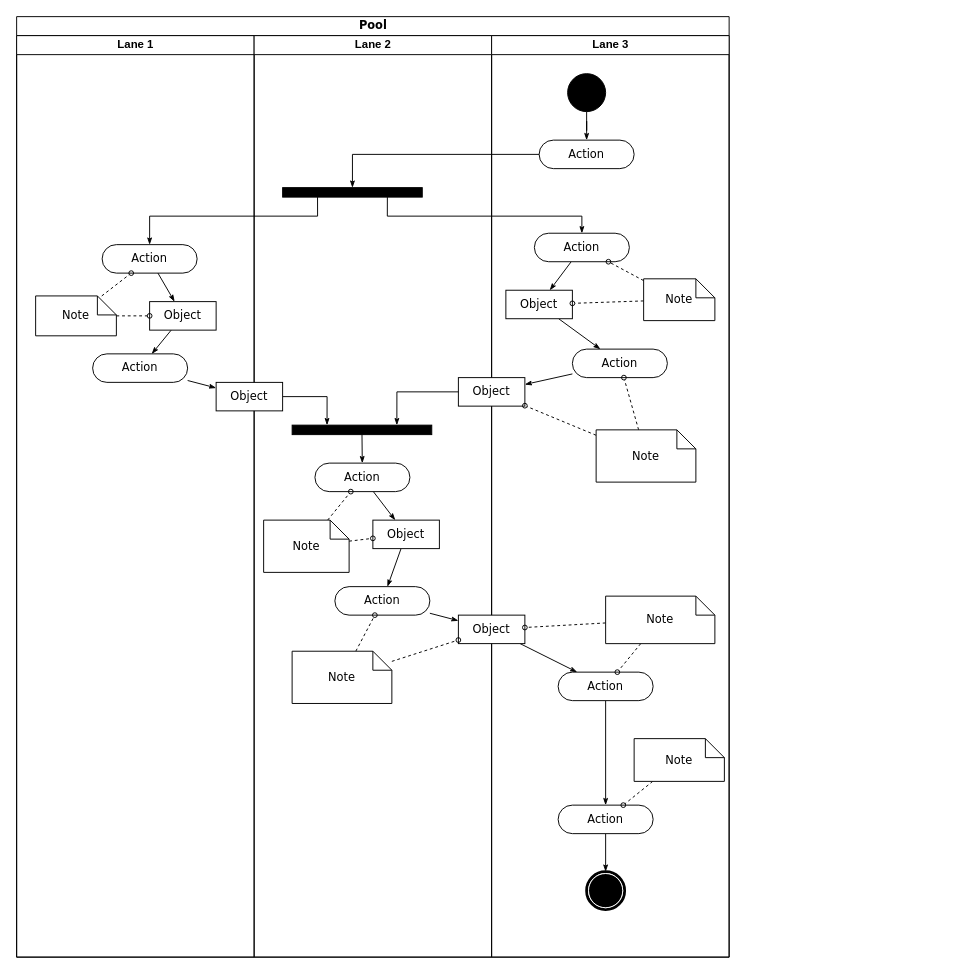
Above: page "Page-1" (1 of 3) of 任务执行活动图.drawio in baimu7/homework (draw.io), before the change. Source tidied: cells renumbered, new cells numbered last; positions are measured from the earlier drawing's top-left corner, leaving out a move shared by most shapes. Both pictures are drawn from the tidied source at 95%, with x=0, y=0 at pixel (16, 16).
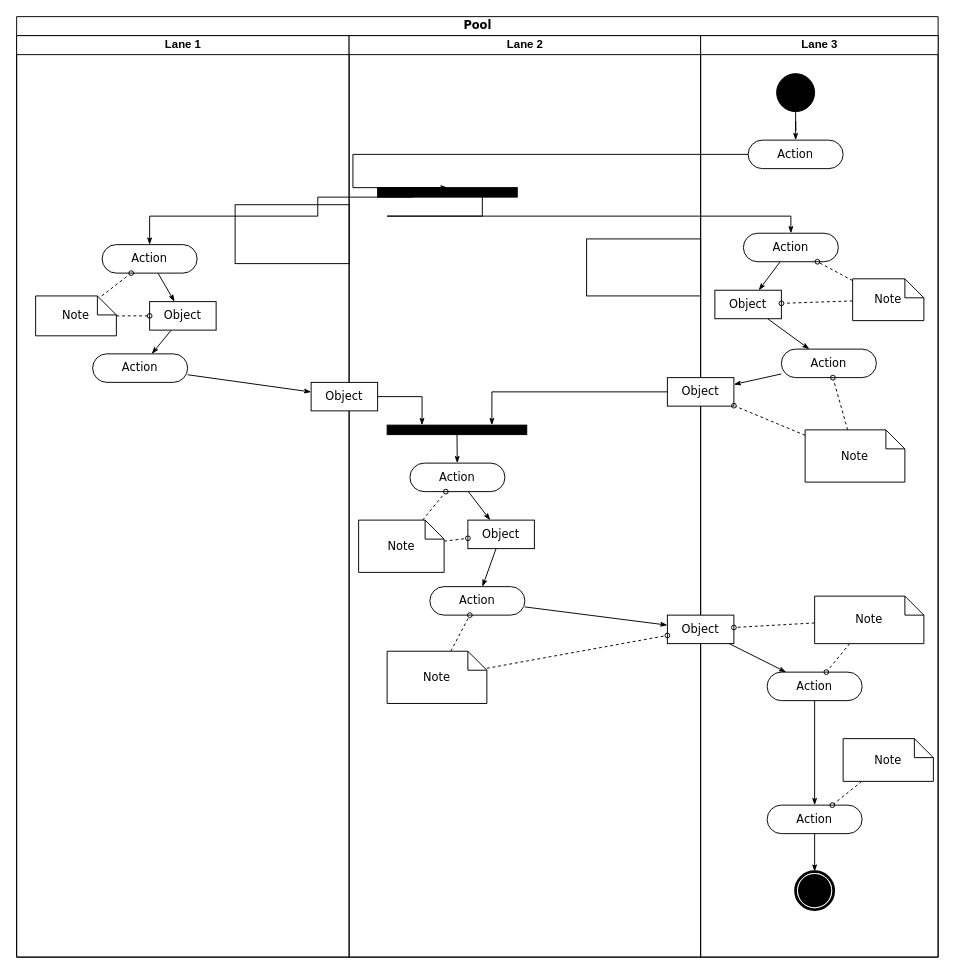
The same page after the edit.

Commit message:
更新任务执行活动图.drawio

Change to the diagram source:
```diff
@@
     <mxCell id="2" value="Pool" style="swimlane;html=1;startSize=20;rounded=0;shadow=0;comic=0;labelBackgroundColor=none;strokeWidth=1;fontFamily=Verdana;fontSize=12;align=center;" parent="1" vertex="1">
-      <mxGeometry width="750" height="990" as="geometry" />
+      <mxGeometry width="970" height="990" as="geometry" />
     </mxCell>
     <mxCell id="3" value="Lane 1" style="swimlane;html=1;startSize=20;" parent="2" vertex="1">
-      <mxGeometry y="20" width="250" height="970" as="geometry" />
+      <mxGeometry y="20" width="350" height="970" as="geometry" />
     </mxCell>
@@
+    <mxCell id="64" style="rounded=0;whiteSpace=wrap;html=1;" parent="3" vertex="1">
+      <mxGeometry x="230" y="178" width="120" height="62" as="geometry" />
+    </mxCell>
     <mxCell id="12" value="Lane 2" style="swimlane;html=1;startSize=20;" parent="2" vertex="1">
-      <mxGeometry x="250" y="20" width="250" height="970" as="geometry" />
+      <mxGeometry x="350" y="20" width="370" height="970" as="geometry" />
     </mxCell>
@@
+    <mxCell id="65" style="rounded=0;whiteSpace=wrap;html=1;" parent="12" vertex="1">
+      <mxGeometry x="250" y="214" width="120" height="60" as="geometry" />
+    </mxCell>
     <mxCell id="28" value="Lane 3" style="swimlane;html=1;startSize=20;" parent="2" vertex="1">
-      <mxGeometry x="500" y="20" width="250" height="970" as="geometry" />
+      <mxGeometry x="720" y="20" width="250" height="970" as="geometry" />
     </mxCell>
```
